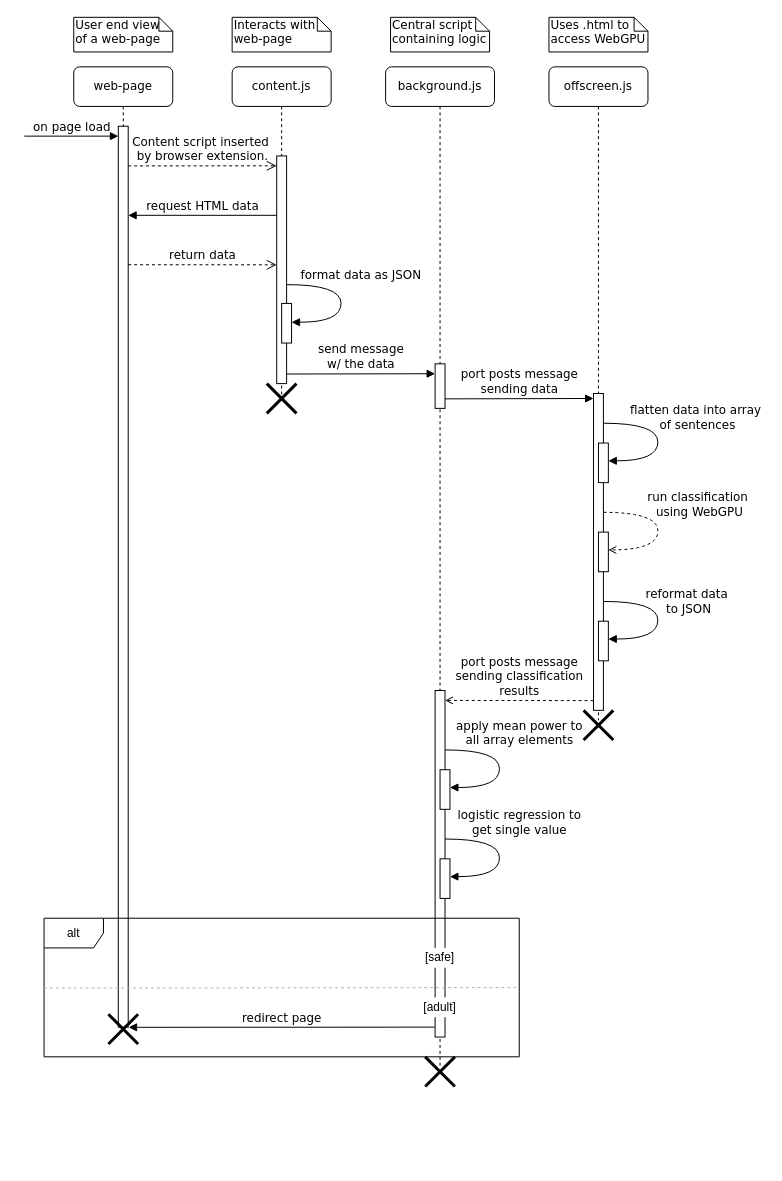
Before: diagrams/PyroBlockerSequence.drawio in 3cho11/PyroBlocker, a draw.io diagram. Source tidied: cells renumbered, new cells numbered last; positions are measured from the earlier drawing's top-left corner, leaving out a move shared by most shapes. Both pictures are drawn from the tidied source at 99%, with x=0, y=0 at pixel (24, 17).
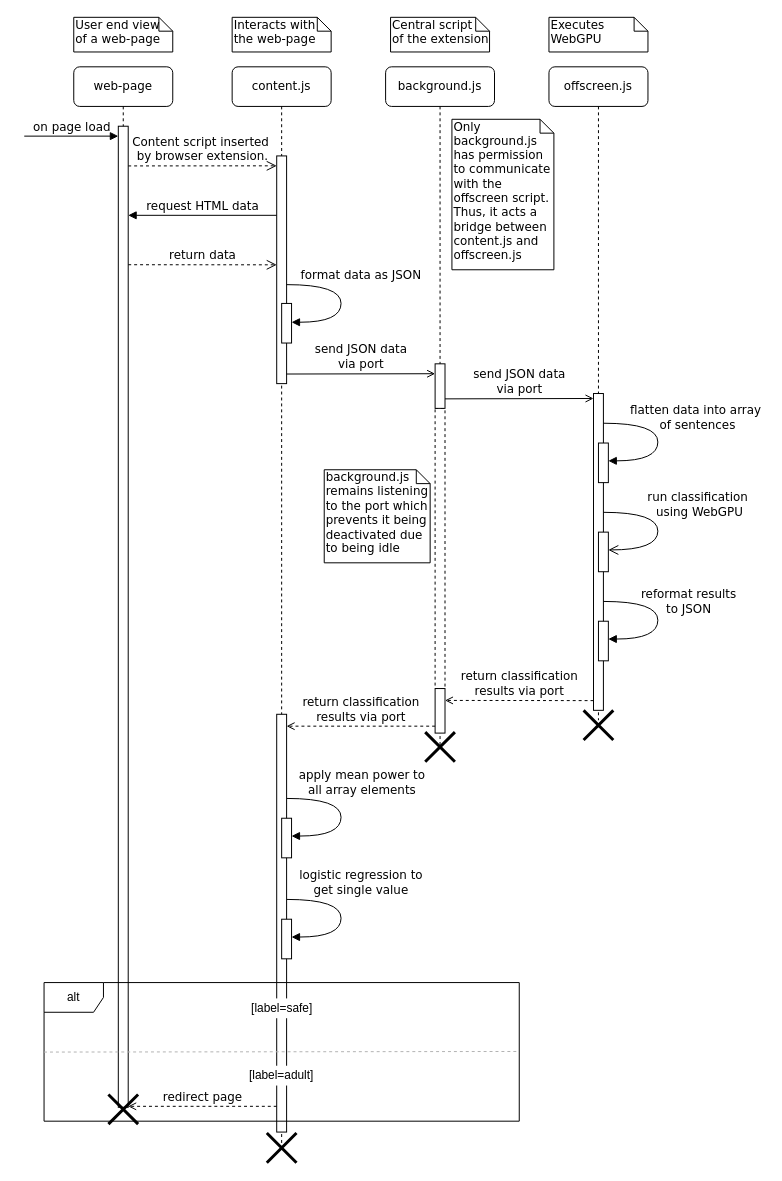
After the change.

Unchanged cells that the change refers to:
```xml
<mxCell id="11" value="offscreen.js" style="shape=umlLifeline;perimeter=lifelinePerimeter;whiteSpace=wrap;html=1;rounded=1;shadow=0;comic=0;labelBackgroundColor=none;strokeWidth=1;fontFamily=Verdana;fontSize=12;align=center;" parent="1" vertex="1">
  <mxGeometry x="530" y="50" width="100" height="660" as="geometry" />
</mxCell>
```

Change to the diagram source:
```diff
@@
     <mxCell id="2" value="background.js" style="shape=umlLifeline;perimeter=lifelinePerimeter;whiteSpace=wrap;html=1;rounded=1;shadow=0;comic=0;labelBackgroundColor=none;strokeWidth=1;fontFamily=Verdana;fontSize=12;align=center;" parent="1" vertex="1">
-      <mxGeometry x="365" y="50" width="110" height="1010" as="geometry" />
+      <mxGeometry x="365" y="50" width="110" height="687" as="geometry" />
     </mxCell>
+    <mxCell id="43" style="html=1;perimeter=orthogonalPerimeter;rounded=0;shadow=0;comic=0;labelBackgroundColor=none;strokeWidth=1;fontFamily=Verdana;fontSize=12;align=center;dashed=1;" parent="2" vertex="1">
+      <mxGeometry x="50" y="345" width="10" height="283" as="geometry" />
+    </mxCell>
+    <mxCell id="44" style="html=1;perimeter=orthogonalPerimeter;rounded=0;shadow=0;comic=0;labelBackgroundColor=none;strokeWidth=1;fontFamily=Verdana;fontSize=12;align=center;" parent="2" vertex="1">
+      <mxGeometry x="50" y="628" width="10" height="45" as="geometry" />
+    </mxCell>
@@
-    <mxCell id="4" style="html=1;perimeter=orthogonalPerimeter;rounded=0;shadow=0;comic=0;labelBackgroundColor=none;strokeWidth=1;fontFamily=Verdana;fontSize=12;align=center;" parent="2" vertex="1">
-      <mxGeometry x="50" y="630" width="10" height="350" as="geometry" />
-    </mxCell>
-    <mxCell id="5" style="html=1;perimeter=orthogonalPerimeter;rounded=0;shadow=0;comic=0;labelBackgroundColor=none;strokeWidth=1;fontFamily=Verdana;fontSize=12;align=center;" parent="2" vertex="1">
-      <mxGeometry x="55" y="710" width="10" height="40" as="geometry" />
-    </mxCell>
-    <mxCell id="6" value="apply mean power to&lt;br&gt;all array elements" style="html=1;verticalAlign=bottom;endArrow=block;labelBackgroundColor=none;fontFamily=Verdana;fontSize=12;elbow=vertical;edgeStyle=orthogonalEdgeStyle;curved=1;entryX=1;entryY=0.286;entryPerimeter=0;exitX=1.038;exitY=0.345;exitPerimeter=0;" parent="2" edge="1">
-      <mxGeometry x="-0.23" y="20" relative="1" as="geometry">
-        <mxPoint x="60" y="690" as="sourcePoint" />
-        <mxPoint x="65" y="728" as="targetPoint" />
-        <Array as="points">
-          <mxPoint x="115" y="690" />
-          <mxPoint x="115" y="728" />
-        </Array>
-      </mxGeometry>
-    </mxCell>
-    <mxCell id="7" style="html=1;perimeter=orthogonalPerimeter;rounded=0;shadow=0;comic=0;labelBackgroundColor=none;strokeWidth=1;fontFamily=Verdana;fontSize=12;align=center;" parent="2" vertex="1">
-      <mxGeometry x="55" y="800" width="10" height="40" as="geometry" />
-    </mxCell>
-    <mxCell id="8" value="logistic regression to &lt;br&gt;get single value" style="html=1;verticalAlign=bottom;endArrow=block;labelBackgroundColor=none;fontFamily=Verdana;fontSize=12;elbow=vertical;edgeStyle=orthogonalEdgeStyle;curved=1;entryX=1;entryY=0.286;entryPerimeter=0;exitX=1.038;exitY=0.345;exitPerimeter=0;" parent="2" edge="1">
-      <mxGeometry x="-0.23" y="20" relative="1" as="geometry">
-        <mxPoint x="60" y="780" as="sourcePoint" />
-        <mxPoint x="65" y="818" as="targetPoint" />
-        <Array as="points">
-          <mxPoint x="115" y="780" />
-          <mxPoint x="115" y="818" />
-        </Array>
-      </mxGeometry>
-    </mxCell>
-    <mxCell id="9" value="[safe]" style="rounded=0;whiteSpace=wrap;html=1;strokeColor=none;" parent="2" vertex="1">
-      <mxGeometry x="30" y="890" width="50" height="20" as="geometry" />
-    </mxCell>
-    <mxCell id="10" style="shape=umlDestroy;whiteSpace=wrap;html=1;strokeWidth=3;targetShapes=umlLifeline;" parent="2" vertex="1">
-      <mxGeometry x="40" y="1000" width="30" height="30" as="geometry" />
-    </mxCell>
+    <mxCell id="30" value="background.js remains listening to the port which prevents it being deactivated due to being idle" style="shape=note;whiteSpace=wrap;html=1;size=14;verticalAlign=top;align=left;spacingTop=-6;rounded=0;shadow=0;comic=0;labelBackgroundColor=none;strokeWidth=1;fontFamily=Verdana;fontSize=12;" parent="2" vertex="1">
+      <mxGeometry x="-62" y="407" width="107" height="94" as="geometry" />
+    </mxCell>
@@
-    <mxCell id="14" value="&lt;div&gt;run classification&amp;nbsp;&lt;/div&gt;&lt;div&gt;using WebGPU&lt;/div&gt;" style="html=1;verticalAlign=bottom;endArrow=open;labelBackgroundColor=none;fontFamily=Verdana;fontSize=12;elbow=vertical;edgeStyle=orthogonalEdgeStyle;curved=1;entryX=1;entryY=0.286;entryPerimeter=0;exitX=1.038;exitY=0.345;exitPerimeter=0;dashed=1;endFill=0;" parent="11" edge="1">
+    <mxCell id="14" value="&lt;div&gt;run classification&amp;nbsp;&lt;/div&gt;&lt;div&gt;using WebGPU&lt;/div&gt;" style="html=1;verticalAlign=bottom;endArrow=open;labelBackgroundColor=none;fontFamily=Verdana;fontSize=12;elbow=vertical;edgeStyle=orthogonalEdgeStyle;curved=1;entryX=1;entryY=0.286;entryPerimeter=0;exitX=1.038;exitY=0.345;exitPerimeter=0;endFill=0;endSize=8;" parent="11" edge="1">
       <mxGeometry x="-0.1" y="42" relative="1" as="geometry">
         <mxPoint x="55" y="450" as="sourcePoint" />
         <mxPoint x="60" y="488" as="targetPoint" />
         <Array as="points">
           <mxPoint x="110" y="450" />
           <mxPoint x="110" y="488" />
         </Array>
       </mxGeometry>
     </mxCell>
@@
-    <mxCell id="17" value="&lt;div&gt;reformat data&amp;nbsp;&lt;/div&gt;&lt;div&gt;to JSON &lt;/div&gt;" style="html=1;verticalAlign=bottom;endArrow=block;labelBackgroundColor=none;fontFamily=Verdana;fontSize=12;elbow=vertical;edgeStyle=orthogonalEdgeStyle;curved=1;entryX=1;entryY=0.286;entryPerimeter=0;exitX=1.038;exitY=0.345;exitPerimeter=0;" parent="11" edge="1">
+    <mxCell id="17" value="&lt;div&gt;reformat results&lt;/div&gt;&lt;div&gt;to JSON &lt;/div&gt;" style="html=1;verticalAlign=bottom;endArrow=block;labelBackgroundColor=none;fontFamily=Verdana;fontSize=12;elbow=vertical;edgeStyle=orthogonalEdgeStyle;curved=1;entryX=1;entryY=0.286;entryPerimeter=0;exitX=1.038;exitY=0.345;exitPerimeter=0;" parent="11" edge="1">
       <mxGeometry x="0.01" y="31" relative="1" as="geometry">
         <mxPoint x="55" y="540" as="sourcePoint" />
         <mxPoint x="60" y="578" as="targetPoint" />
         <Array as="points">
           <mxPoint x="110" y="540" />
           <mxPoint x="110" y="578" />
         </Array>
       </mxGeometry>
     </mxCell>
@@
-    <mxCell id="19" value="port posts message&lt;br&gt;sending data" style="html=1;verticalAlign=bottom;endArrow=block;entryX=0;entryY=0;labelBackgroundColor=none;fontFamily=Verdana;fontSize=12;edgeStyle=elbowEdgeStyle;elbow=vertical;" parent="11" edge="1">
+    <mxCell id="19" value="&lt;div&gt;send JSON data&lt;/div&gt;&lt;div&gt;via port&lt;/div&gt;" style="html=1;verticalAlign=bottom;endArrow=open;entryX=0;entryY=0;labelBackgroundColor=none;fontFamily=Verdana;fontSize=12;edgeStyle=elbowEdgeStyle;elbow=vertical;endSize=6;endFill=0;" parent="11" edge="1">
       <mxGeometry relative="1" as="geometry">
         <mxPoint x="-105" y="335.4" as="sourcePoint" />
         <mxPoint x="45" y="335.3" as="targetPoint" />
       </mxGeometry>
     </mxCell>
     <mxCell id="20" value="web-page" style="shape=umlLifeline;perimeter=lifelinePerimeter;whiteSpace=wrap;html=1;rounded=1;shadow=0;comic=0;labelBackgroundColor=none;strokeWidth=1;fontFamily=Verdana;fontSize=12;align=center;" parent="1" vertex="1">
-      <mxGeometry x="50" y="50" width="100" height="970" as="geometry" />
+      <mxGeometry x="50" y="50" width="100" height="1051" as="geometry" />
     </mxCell>
     <mxCell id="21" style="html=1;perimeter=orthogonalPerimeter;rounded=0;shadow=0;comic=0;labelBackgroundColor=none;strokeWidth=1;fontFamily=Verdana;fontSize=12;align=center;" parent="20" vertex="1">
-      <mxGeometry x="45" y="60" width="10" height="910" as="geometry" />
+      <mxGeometry x="45" y="60" width="10" height="991" as="geometry" />
     </mxCell>
@@
     <mxCell id="23" value="content.js" style="shape=umlLifeline;perimeter=lifelinePerimeter;whiteSpace=wrap;html=1;rounded=1;shadow=0;comic=0;labelBackgroundColor=none;strokeWidth=1;fontFamily=Verdana;fontSize=12;align=center;" parent="1" vertex="1">
-      <mxGeometry x="210" y="50" width="100" height="340" as="geometry" />
+      <mxGeometry x="210" y="50" width="100" height="1092" as="geometry" />
     </mxCell>
@@
-    <mxCell id="27" value="send message&lt;br&gt;w/ the data" style="html=1;verticalAlign=bottom;endArrow=block;entryX=0;entryY=0;labelBackgroundColor=none;fontFamily=Verdana;fontSize=12;edgeStyle=elbowEdgeStyle;elbow=vertical;" parent="23" edge="1">
+    <mxCell id="27" value="&lt;div&gt;send JSON data&lt;/div&gt;&lt;div&gt;via port&lt;/div&gt;" style="html=1;verticalAlign=bottom;endArrow=open;entryX=0;entryY=0;labelBackgroundColor=none;fontFamily=Verdana;fontSize=12;edgeStyle=elbowEdgeStyle;elbow=vertical;endFill=0;" parent="23" edge="1">
       <mxGeometry relative="1" as="geometry">
         <mxPoint x="55" y="310.3" as="sourcePoint" />
         <mxPoint x="205" y="310.2" as="targetPoint" />
       </mxGeometry>
     </mxCell>
@@
+    <mxCell id="6" value="apply mean power to&lt;br&gt;all array elements" style="html=1;verticalAlign=bottom;endArrow=block;labelBackgroundColor=none;fontFamily=Verdana;fontSize=12;elbow=vertical;edgeStyle=orthogonalEdgeStyle;curved=1;entryX=1;entryY=0.286;entryPerimeter=0;exitX=1.038;exitY=0.345;exitPerimeter=0;" parent="23" edge="1">
+      <mxGeometry x="-0.22" y="21" relative="1" as="geometry">
+        <mxPoint x="55" y="739" as="sourcePoint" />
+        <mxPoint x="60" y="777" as="targetPoint" />
+        <Array as="points">
+          <mxPoint x="110" y="739" />
+          <mxPoint x="110" y="777" />
+        </Array>
+      </mxGeometry>
+    </mxCell>
+    <mxCell id="8" value="logistic regression to &lt;br&gt;get single value" style="html=1;verticalAlign=bottom;endArrow=block;labelBackgroundColor=none;fontFamily=Verdana;fontSize=12;elbow=vertical;edgeStyle=orthogonalEdgeStyle;curved=1;entryX=1;entryY=0.286;entryPerimeter=0;exitX=1.038;exitY=0.345;exitPerimeter=0;" parent="23" edge="1">
+      <mxGeometry x="-0.23" y="20" relative="1" as="geometry">
+        <mxPoint x="55" y="841" as="sourcePoint" />
+        <mxPoint x="60" y="879" as="targetPoint" />
+        <Array as="points">
+          <mxPoint x="110" y="841" />
+          <mxPoint x="110" y="879" />
+        </Array>
+      </mxGeometry>
+    </mxCell>
+    <mxCell id="4" style="html=1;perimeter=orthogonalPerimeter;rounded=0;shadow=0;comic=0;labelBackgroundColor=none;strokeWidth=1;fontFamily=Verdana;fontSize=12;align=center;" parent="23" vertex="1">
+      <mxGeometry x="45" y="654" width="10" height="422" as="geometry" />
+    </mxCell>
+    <mxCell id="9" value="[label=safe]" style="rounded=0;whiteSpace=wrap;html=1;strokeColor=none;" parent="23" vertex="1">
+      <mxGeometry x="24.5" y="941" width="51" height="20" as="geometry" />
+    </mxCell>
+    <mxCell id="38" value="[label=adult]" style="rounded=0;whiteSpace=wrap;html=1;strokeColor=none;" parent="23" vertex="1">
+      <mxGeometry x="25" y="1009" width="50" height="20" as="geometry" />
+    </mxCell>
+    <mxCell id="7" style="html=1;perimeter=orthogonalPerimeter;rounded=0;shadow=0;comic=0;labelBackgroundColor=none;strokeWidth=1;fontFamily=Verdana;fontSize=12;align=center;" parent="23" vertex="1">
+      <mxGeometry x="50" y="861" width="10" height="40" as="geometry" />
+    </mxCell>
+    <mxCell id="5" style="html=1;perimeter=orthogonalPerimeter;rounded=0;shadow=0;comic=0;labelBackgroundColor=none;strokeWidth=1;fontFamily=Verdana;fontSize=12;align=center;" parent="23" vertex="1">
+      <mxGeometry x="50" y="759" width="10" height="40" as="geometry" />
+    </mxCell>
+    <mxCell id="45" value="return classification&lt;br&gt;results via port" style="html=1;verticalAlign=bottom;endArrow=open;labelBackgroundColor=none;fontFamily=Verdana;fontSize=12;edgeStyle=elbowEdgeStyle;elbow=vertical;dashed=1;endFill=0;" parent="23" edge="1">
+      <mxGeometry relative="1" as="geometry">
+        <mxPoint x="205" y="666" as="sourcePoint" />
+        <mxPoint x="55" y="666.3" as="targetPoint" />
+      </mxGeometry>
+    </mxCell>
-    <mxCell id="29" value="&lt;div&gt;Interacts with&lt;/div&gt;&lt;div&gt;web-page&lt;br&gt;&lt;/div&gt;" style="shape=note;whiteSpace=wrap;html=1;size=14;verticalAlign=top;align=left;spacingTop=-6;rounded=0;shadow=0;comic=0;labelBackgroundColor=none;strokeWidth=1;fontFamily=Verdana;fontSize=12;" parent="1" vertex="1">
+    <mxCell id="29" value="&lt;div&gt;Interacts with&lt;/div&gt;&lt;div&gt;the web-page&lt;br&gt;&lt;/div&gt;" style="shape=note;whiteSpace=wrap;html=1;size=14;verticalAlign=top;align=left;spacingTop=-6;rounded=0;shadow=0;comic=0;labelBackgroundColor=none;strokeWidth=1;fontFamily=Verdana;fontSize=12;" parent="1" vertex="1">
       <mxGeometry x="210" width="100" height="35" as="geometry" />
     </mxCell>
-    <mxCell id="30" value="Central script&lt;br&gt;containing logic" style="shape=note;whiteSpace=wrap;html=1;size=14;verticalAlign=top;align=left;spacingTop=-6;rounded=0;shadow=0;comic=0;labelBackgroundColor=none;strokeWidth=1;fontFamily=Verdana;fontSize=12;" parent="1" vertex="1">
-      <mxGeometry x="370" width="100" height="35" as="geometry" />
-    </mxCell>
-    <mxCell id="31" value="&lt;div&gt;Uses .html to&lt;/div&gt;&lt;div&gt;access WebGPU&lt;br&gt;&lt;/div&gt;" style="shape=note;whiteSpace=wrap;html=1;size=14;verticalAlign=top;align=left;spacingTop=-6;rounded=0;shadow=0;comic=0;labelBackgroundColor=none;strokeWidth=1;fontFamily=Verdana;fontSize=12;" parent="1" vertex="1">
+    <mxCell id="31" value="Executes WebGPU" style="shape=note;whiteSpace=wrap;html=1;size=14;verticalAlign=top;align=left;spacingTop=-6;rounded=0;shadow=0;comic=0;labelBackgroundColor=none;strokeWidth=1;fontFamily=Verdana;fontSize=12;" parent="1" vertex="1">
       <mxGeometry x="530" width="100" height="35" as="geometry" />
     </mxCell>
@@
-    <mxCell id="35" value="port posts message&lt;br&gt;sending classification&lt;br&gt;results" style="html=1;verticalAlign=bottom;endArrow=open;labelBackgroundColor=none;fontFamily=Verdana;fontSize=12;edgeStyle=elbowEdgeStyle;elbow=vertical;dashed=1;endFill=0;" parent="1" edge="1">
+    <mxCell id="35" value="return classification&lt;br&gt;results via port" style="html=1;verticalAlign=bottom;endArrow=open;labelBackgroundColor=none;fontFamily=Verdana;fontSize=12;edgeStyle=elbowEdgeStyle;elbow=vertical;dashed=1;endFill=0;" parent="1" edge="1">
       <mxGeometry relative="1" as="geometry">
         <mxPoint x="575" y="690.2" as="sourcePoint" />
         <mxPoint x="425" y="690.5" as="targetPoint" />
       </mxGeometry>
     </mxCell>
     <mxCell id="36" value="alt" style="shape=umlFrame;whiteSpace=wrap;html=1;" parent="1" vertex="1">
-      <mxGeometry x="20" y="910" width="480" height="140" as="geometry" />
+      <mxGeometry x="20" y="975" width="480" height="140" as="geometry" />
     </mxCell>
-    <mxCell id="37" value="redirect page" style="html=1;verticalAlign=bottom;endArrow=block;labelBackgroundColor=none;fontFamily=Verdana;fontSize=12;edgeStyle=elbowEdgeStyle;elbow=vertical;exitX=-0.09;exitY=0.828;exitDx=0;exitDy=0;exitPerimeter=0;" parent="1" edge="1">
-      <mxGeometry relative="1" as="geometry">
-        <mxPoint x="414.5" y="1020" as="sourcePoint" />
-        <mxPoint x="105.4" y="1020.2" as="targetPoint" />
-        <Array as="points">
-          <mxPoint x="415.5" y="1020.2" />
-        </Array>
-      </mxGeometry>
-    </mxCell>
-    <mxCell id="38" value="[adult]" style="rounded=0;whiteSpace=wrap;html=1;strokeColor=none;" parent="1" vertex="1">
-      <mxGeometry x="395" y="990" width="50" height="20" as="geometry" />
-    </mxCell>
     <mxCell id="39" style="endArrow=none;dashed=1;html=1;rounded=0;exitX=0.001;exitY=0.562;exitDx=0;exitDy=0;exitPerimeter=0;entryX=1.001;entryY=0.558;entryDx=0;entryDy=0;entryPerimeter=0;fillColor=#bac8d3;strokeColor=#B3B3B3;" parent="1" edge="1">
       <mxGeometry relative="1" as="geometry">
-        <mxPoint x="20" y="980.6" as="sourcePoint" />
-        <mxPoint x="500" y="980" as="targetPoint" />
+        <mxPoint x="20" y="1045.2" as="sourcePoint" />
+        <mxPoint x="500" y="1044.6" as="targetPoint" />
       </mxGeometry>
     </mxCell>
     <mxCell id="40" style="shape=umlDestroy;whiteSpace=wrap;html=1;strokeWidth=3;targetShapes=umlLifeline;" parent="1" vertex="1">
-      <mxGeometry x="85" y="1007" width="30" height="30" as="geometry" />
+      <mxGeometry x="85" y="1088" width="30" height="30" as="geometry" />
     </mxCell>
-    <mxCell id="41" style="shape=umlDestroy;whiteSpace=wrap;html=1;strokeWidth=3;targetShapes=umlLifeline;" parent="1" vertex="1">
-      <mxGeometry x="245" y="370" width="30" height="30" as="geometry" />
-    </mxCell>
@@
+    <mxCell id="10" style="shape=umlDestroy;whiteSpace=wrap;html=1;strokeWidth=3;targetShapes=umlLifeline;" parent="1" vertex="1">
+      <mxGeometry x="245" y="1127" width="30" height="30" as="geometry" />
+    </mxCell>
+    <mxCell id="37" value="redirect page" style="html=1;verticalAlign=bottom;endArrow=open;labelBackgroundColor=none;fontFamily=Verdana;fontSize=12;edgeStyle=elbowEdgeStyle;elbow=vertical;dashed=1;endFill=0;" parent="1" edge="1">
+      <mxGeometry relative="1" as="geometry">
+        <mxPoint x="255" y="1100" as="sourcePoint" />
+        <mxPoint x="105" y="1100.3" as="targetPoint" />
+      </mxGeometry>
+    </mxCell>
+    <mxCell id="46" value="&lt;div&gt;Central script&lt;/div&gt;&lt;div&gt;of the extension&lt;/div&gt;" style="shape=note;whiteSpace=wrap;html=1;size=14;verticalAlign=top;align=left;spacingTop=-6;rounded=0;shadow=0;comic=0;labelBackgroundColor=none;strokeWidth=1;fontFamily=Verdana;fontSize=12;" parent="1" vertex="1">
+      <mxGeometry x="370" width="100" height="35" as="geometry" />
+    </mxCell>
+    <mxCell id="47" value="Only background.js has permission to communicate with the offscreen script. Thus, it acts a bridge between content.js and offscreen.js" style="shape=note;whiteSpace=wrap;html=1;size=14;verticalAlign=top;align=left;spacingTop=-6;rounded=0;shadow=0;comic=0;labelBackgroundColor=none;strokeWidth=1;fontFamily=Verdana;fontSize=12;" parent="1" vertex="1">
+      <mxGeometry x="432" y="103" width="103" height="152" as="geometry" />
+    </mxCell>
+    <mxCell id="48" style="shape=umlDestroy;whiteSpace=wrap;html=1;strokeWidth=3;targetShapes=umlLifeline;" parent="1" vertex="1">
+      <mxGeometry x="405" y="722" width="30" height="30" as="geometry" />
+    </mxCell>
```
